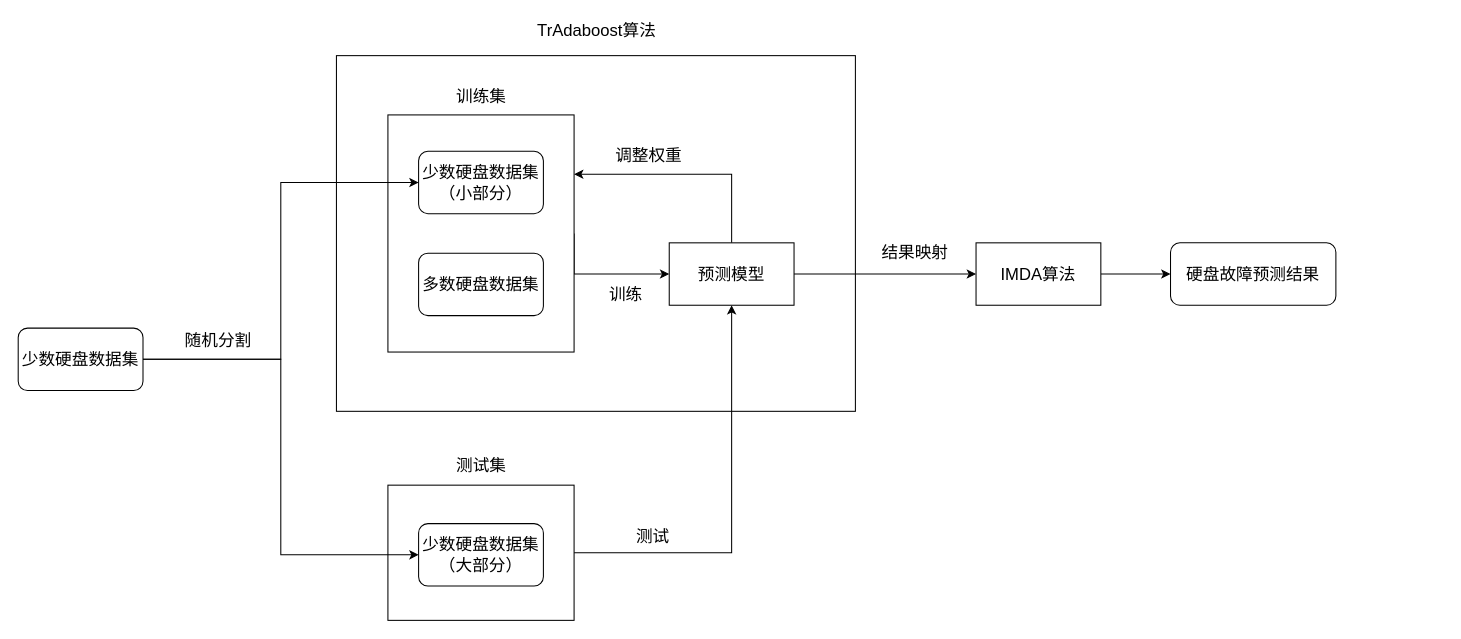
The draw.io diagram TLDFP.drawio in maebymaeby/draw.io, before the edit. Source tidied: cells renumbered, new cells numbered last; positions are measured from the earlier drawing's top-left corner, leaving out a move shared by most shapes. Both pictures are drawn from the tidied source at 104%, with x=0, y=0 at pixel (18, 18).
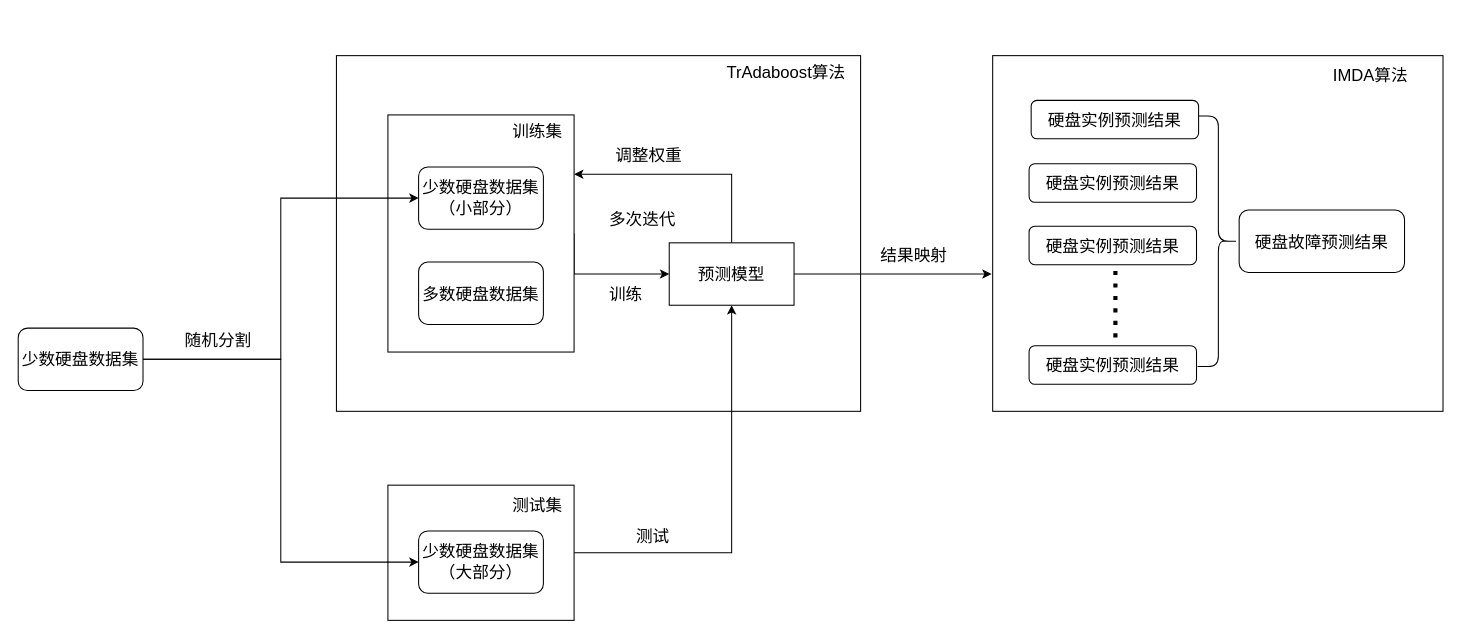
The same page after the edit.

The change refers to these unchanged cells:
```xml
<mxCell id="18" value="预测模型" style="rounded=0;whiteSpace=wrap;html=1;fontSize=16;" parent="1" vertex="1">
  <mxGeometry x="626" y="216" width="120" height="60" as="geometry" />
</mxCell>
```

What changed in the source:
```diff
@@
+    <mxCell id="27" style="rounded=0;whiteSpace=wrap;html=1;fontSize=16;" parent="1" vertex="1">
+      <mxGeometry x="937" y="36" width="433" height="342" as="geometry" />
+    </mxCell>
     <mxCell id="2" style="rounded=0;whiteSpace=wrap;html=1;fontSize=16;" parent="1" vertex="1">
-      <mxGeometry x="306" y="36" width="499" height="342" as="geometry" />
+      <mxGeometry x="306" y="36" width="504" height="342" as="geometry" />
     </mxCell>
@@
     <mxCell id="10" value="&lt;font style=&quot;font-size: 16px&quot;&gt;少数硬盘数据集&lt;br&gt;（小部分）&lt;br&gt;&lt;/font&gt;" style="rounded=1;whiteSpace=wrap;html=1;" parent="1" vertex="1">
-      <mxGeometry x="385" y="128" width="120" height="60" as="geometry" />
+      <mxGeometry x="385" y="143" width="120" height="60" as="geometry" />
     </mxCell>
     <mxCell id="11" value="&lt;font style=&quot;font-size: 16px&quot;&gt;少数硬盘数据集&lt;br&gt;（大部分）&lt;br&gt;&lt;/font&gt;" style="rounded=1;whiteSpace=wrap;html=1;" parent="1" vertex="1">
-      <mxGeometry x="385" y="486" width="120" height="60" as="geometry" />
+      <mxGeometry x="385" y="493" width="120" height="60" as="geometry" />
     </mxCell>
     <mxCell id="12" value="&lt;font style=&quot;font-size: 16px&quot;&gt;多数硬盘数据集&lt;/font&gt;" style="rounded=1;whiteSpace=wrap;html=1;" parent="1" vertex="1">
-      <mxGeometry x="385" y="226" width="120" height="60" as="geometry" />
+      <mxGeometry x="385" y="234.5" width="120" height="60" as="geometry" />
     </mxCell>
@@
     <mxCell id="14" value="训练集" style="text;html=1;align=center;verticalAlign=middle;strokeColor=none;fillColor=none;fontSize=16;" parent="1" vertex="1">
-      <mxGeometry x="416" y="63" width="58" height="23" as="geometry" />
+      <mxGeometry x="470" y="97" width="58" height="23" as="geometry" />
     </mxCell>
     <mxCell id="15" value="测试集" style="text;html=1;align=center;verticalAlign=middle;strokeColor=none;fillColor=none;fontSize=16;" parent="1" vertex="1">
-      <mxGeometry x="416" y="418" width="58" height="23" as="geometry" />
+      <mxGeometry x="470" y="456" width="58" height="23" as="geometry" />
     </mxCell>
@@
-    <mxCell id="17" style="edgeStyle=orthogonalEdgeStyle;rounded=0;jettySize=auto;html=1;entryX=0;entryY=0.5;entryDx=0;entryDy=0;fontSize=16;" parent="1" edge="1" source="18" target="25">
-      <mxGeometry relative="1" as="geometry" />
+    <mxCell id="17" style="edgeStyle=orthogonalEdgeStyle;rounded=0;jettySize=auto;html=1;entryX=0;entryY=0.5;entryDx=0;entryDy=0;fontSize=16;" parent="1" edge="1" source="18">
+      <mxGeometry relative="1" as="geometry">
+        <mxPoint x="936" y="246" as="targetPoint" />
+      </mxGeometry>
     </mxCell>
@@
     <mxCell id="19" value="TrAdaboost算法" style="text;html=1;align=center;verticalAlign=middle;strokeColor=none;fillColor=none;fontSize=16;" parent="1" vertex="1">
-      <mxGeometry x="493.5" width="124" height="23" as="geometry" />
+      <mxGeometry x="676" y="40" width="124" height="23" as="geometry" />
     </mxCell>
@@
     <mxCell id="23" value="结果映射" style="text;html=1;align=center;verticalAlign=middle;strokeColor=none;fillColor=none;fontSize=16;" parent="1" vertex="1">
-      <mxGeometry x="825" y="213" width="74" height="23" as="geometry" />
+      <mxGeometry x="824" y="216" width="74" height="23" as="geometry" />
     </mxCell>
-    <mxCell id="24" style="edgeStyle=orthogonalEdgeStyle;rounded=0;jettySize=auto;html=1;fontSize=16;" parent="1" edge="1" source="25" target="26">
-      <mxGeometry relative="1" as="geometry" />
-    </mxCell>
+    <mxCell id="26" value="硬盘故障预测结果" style="rounded=1;whiteSpace=wrap;html=1;fontSize=16;" parent="1" vertex="1">
+      <mxGeometry x="1174" y="184.5" width="159" height="60" as="geometry" />
+    </mxCell>
+    <mxCell id="28" value="&lt;font style=&quot;font-size: 16px&quot;&gt;多次迭代&lt;/font&gt;" style="text;html=1;align=center;verticalAlign=middle;strokeColor=none;fillColor=none;" parent="1" vertex="1">
+      <mxGeometry x="563" y="183" width="74" height="19" as="geometry" />
+    </mxCell>
+    <mxCell id="29" value="硬盘实例预测结果" style="rounded=1;whiteSpace=wrap;html=1;fontSize=16;" parent="1" vertex="1">
+      <mxGeometry x="972" y="140" width="161" height="37" as="geometry" />
+    </mxCell>
+    <mxCell id="30" value="硬盘实例预测结果" style="rounded=1;whiteSpace=wrap;html=1;fontSize=16;" parent="1" vertex="1">
+      <mxGeometry x="972" y="200" width="161" height="37" as="geometry" />
+    </mxCell>
+    <mxCell id="31" value="硬盘实例预测结果" style="rounded=1;whiteSpace=wrap;html=1;fontSize=16;" parent="1" vertex="1">
+      <mxGeometry x="972" y="315" width="161" height="37" as="geometry" />
+    </mxCell>
+    <mxCell id="32" style="shape=curlyBracket;whiteSpace=wrap;html=1;rounded=1;flipH=1;fontSize=16;" parent="1" vertex="1">
+      <mxGeometry x="1134" y="94" width="40" height="241" as="geometry" />
+    </mxCell>
+    <mxCell id="33" style="endArrow=none;dashed=1;html=1;rounded=1;dashPattern=1 2;fontSize=16;strokeColor=default;strokeWidth=4;" parent="1" edge="1">
+      <mxGeometry relative="1" as="geometry">
+        <mxPoint x="1055" y="307" as="sourcePoint" />
+        <mxPoint x="1055" y="239" as="targetPoint" />
+      </mxGeometry>
+    </mxCell>
+    <mxCell id="34" value="硬盘实例预测结果" style="rounded=1;whiteSpace=wrap;html=1;fontSize=16;" parent="1" vertex="1">
+      <mxGeometry x="974" y="79" width="161" height="37" as="geometry" />
+    </mxCell>
-    <mxCell id="25" value="IMDA算法" style="rounded=0;whiteSpace=wrap;html=1;fontSize=16;" parent="1" vertex="1">
-      <mxGeometry x="921" y="216" width="120" height="60" as="geometry" />
+    <mxCell id="25" value="IMDA算法" style="text;html=1;align=center;verticalAlign=middle;points=[];strokeColor=none;fillColor=none;fontSize=16;" parent="1" vertex="1">
+      <mxGeometry x="1259" y="43" width="82" height="23" as="geometry" />
     </mxCell>
-    <mxCell id="26" value="硬盘故障预测结果" style="rounded=1;whiteSpace=wrap;html=1;fontSize=16;" parent="1" vertex="1">
-      <mxGeometry x="1108" y="216" width="159" height="60" as="geometry" />
-    </mxCell>
```
